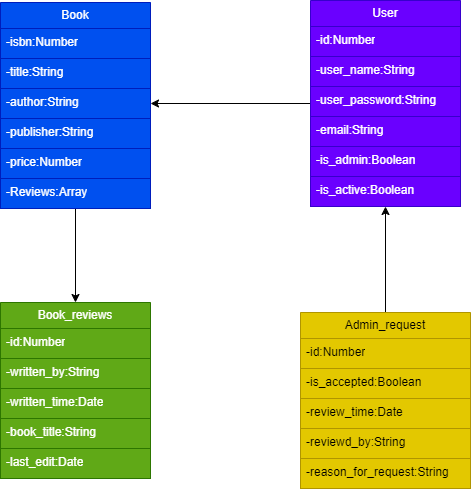
HussainALAradi5/books_builds_minds keeps this draw.io diagram as images/Books_Builds_Minds-UML_Diagram.drawio.png. Above is the earlier version. Source tidied: cells renumbered, new cells last; positions are measured from the earlier drawing's top-left corner, leaving out a move shared by most shapes.
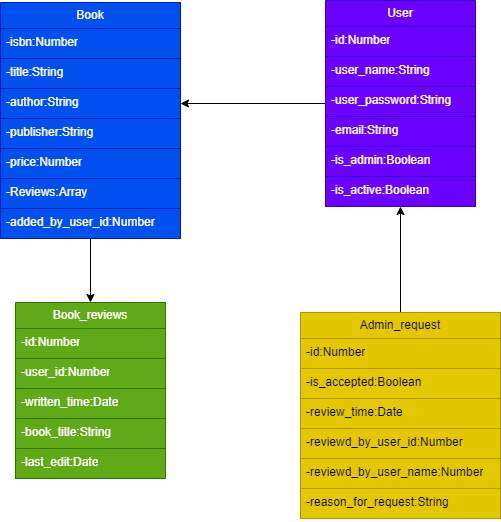
After the change.

Change to the diagram source:
```diff
@@ -30,33 +30,36 @@
       <mxGeometry relative="1" as="geometry" />
     </mxCell>
     <mxCell id="11" value="Book" style="swimlane;fontStyle=0;horizontal=1;startSize=26;fillColor=#0050ef;whiteSpace=wrap;html=1;fontColor=#ffffff;strokeColor=#001DBC;" parent="1" vertex="1">
-      <mxGeometry y="2" width="150" height="206" as="geometry" />
+      <mxGeometry x="-15" y="2" width="180" height="236" as="geometry" />
     </mxCell>
     <mxCell id="12" value="-isbn:Number" style="text;strokeColor=#001DBC;fillColor=#0050ef;align=left;verticalAlign=top;spacingLeft=4;spacingRight=4;overflow=hidden;whiteSpace=wrap;html=1;fontColor=#ffffff;" parent="11" vertex="1">
-      <mxGeometry y="26" width="150" height="30" as="geometry" />
+      <mxGeometry y="26" width="180" height="30" as="geometry" />
     </mxCell>
     <mxCell id="13" value="-title:String" style="text;strokeColor=#001DBC;fillColor=#0050ef;align=left;verticalAlign=top;spacingLeft=4;spacingRight=4;overflow=hidden;whiteSpace=wrap;html=1;fontColor=#ffffff;" parent="11" vertex="1">
-      <mxGeometry y="56" width="150" height="30" as="geometry" />
+      <mxGeometry y="56" width="180" height="30" as="geometry" />
     </mxCell>
     <mxCell id="14" value="-author:String" style="text;strokeColor=#001DBC;fillColor=#0050ef;align=left;verticalAlign=top;spacingLeft=4;spacingRight=4;overflow=hidden;points=[[0,0.5],[1,0.5]];portConstraint=eastwest;whiteSpace=wrap;html=1;fontColor=#ffffff;" parent="11" vertex="1">
-      <mxGeometry y="86" width="150" height="30" as="geometry" />
+      <mxGeometry y="86" width="180" height="30" as="geometry" />
     </mxCell>
     <mxCell id="15" value="-publisher:String" style="text;strokeColor=#001DBC;fillColor=#0050ef;align=left;verticalAlign=top;spacingLeft=4;spacingRight=4;overflow=hidden;whiteSpace=wrap;html=1;fontColor=#ffffff;" parent="11" vertex="1">
-      <mxGeometry y="116" width="150" height="30" as="geometry" />
+      <mxGeometry y="116" width="180" height="30" as="geometry" />
     </mxCell>
     <mxCell id="16" value="-price:Number" style="text;strokeColor=#001DBC;fillColor=#0050ef;align=left;verticalAlign=top;spacingLeft=4;spacingRight=4;overflow=hidden;whiteSpace=wrap;html=1;fontColor=#ffffff;" parent="11" vertex="1">
-      <mxGeometry y="146" width="150" height="30" as="geometry" />
+      <mxGeometry y="146" width="180" height="30" as="geometry" />
     </mxCell>
     <mxCell id="17" value="-Reviews:Array" style="text;strokeColor=#001DBC;fillColor=#0050ef;align=left;verticalAlign=top;spacingLeft=4;spacingRight=4;overflow=hidden;whiteSpace=wrap;html=1;fontColor=#ffffff;" parent="11" vertex="1">
-      <mxGeometry y="176" width="150" height="30" as="geometry" />
+      <mxGeometry y="176" width="180" height="30" as="geometry" />
     </mxCell>
+    <mxCell id="31" value="-added_by_user_id:Number" style="text;strokeColor=#001DBC;fillColor=#0050ef;align=left;verticalAlign=top;spacingLeft=4;spacingRight=4;overflow=hidden;whiteSpace=wrap;html=1;fontColor=#ffffff;" parent="11" vertex="1">
+      <mxGeometry y="206" width="180" height="30" as="geometry" />
+    </mxCell>
     <mxCell id="18" value="Book_reviews" style="swimlane;fontStyle=0;horizontal=1;startSize=26;fillColor=#60a917;whiteSpace=wrap;html=1;fontColor=#ffffff;strokeColor=#2D7600;" parent="1" vertex="1">
       <mxGeometry y="302" width="150" height="176" as="geometry" />
     </mxCell>
     <mxCell id="19" value="-id:Number" style="text;strokeColor=#2D7600;fillColor=#60a917;align=left;verticalAlign=top;spacingLeft=4;spacingRight=4;overflow=hidden;whiteSpace=wrap;html=1;fontColor=#ffffff;" parent="18" vertex="1">
       <mxGeometry y="26" width="150" height="30" as="geometry" />
     </mxCell>
-    <mxCell id="20" value="-written_by:String" style="text;strokeColor=#2D7600;fillColor=#60a917;align=left;verticalAlign=top;spacingLeft=4;spacingRight=4;overflow=hidden;whiteSpace=wrap;html=1;fontColor=#ffffff;" parent="18" vertex="1">
+    <mxCell id="20" value="-user_id:Number" style="text;strokeColor=#2D7600;fillColor=#60a917;align=left;verticalAlign=top;spacingLeft=4;spacingRight=4;overflow=hidden;whiteSpace=wrap;html=1;fontColor=#ffffff;" parent="18" vertex="1">
       <mxGeometry y="56" width="150" height="30" as="geometry" />
     </mxCell>
     <mxCell id="21" value="-written_time:Date" style="text;strokeColor=#2D7600;fillColor=#60a917;align=left;verticalAlign=top;spacingLeft=4;spacingRight=4;overflow=hidden;whiteSpace=wrap;html=1;fontColor=#ffffff;" parent="18" vertex="1">
@@ -72,22 +75,25 @@
       <mxGeometry relative="1" as="geometry" />
     </mxCell>
     <mxCell id="25" value="Admin_request" style="swimlane;fontStyle=0;horizontal=1;startSize=26;fillColor=#e3c800;whiteSpace=wrap;html=1;fontColor=#000000;strokeColor=#B09500;" parent="1" vertex="1">
-      <mxGeometry x="300" y="312" width="170" height="176" as="geometry" />
+      <mxGeometry x="285" y="312" width="200" height="206" as="geometry" />
     </mxCell>
     <mxCell id="26" value="-id:Number" style="text;strokeColor=#B09500;fillColor=#e3c800;align=left;verticalAlign=top;spacingLeft=4;spacingRight=4;overflow=hidden;whiteSpace=wrap;html=1;fontColor=#000000;" parent="25" vertex="1">
-      <mxGeometry y="26" width="170" height="30" as="geometry" />
+      <mxGeometry y="26" width="200" height="30" as="geometry" />
     </mxCell>
     <mxCell id="27" value="-is_accepted:Boolean" style="text;strokeColor=#B09500;fillColor=#e3c800;align=left;verticalAlign=top;spacingLeft=4;spacingRight=4;overflow=hidden;whiteSpace=wrap;html=1;fontColor=#000000;" parent="25" vertex="1">
-      <mxGeometry y="56" width="170" height="30" as="geometry" />
+      <mxGeometry y="56" width="200" height="30" as="geometry" />
     </mxCell>
     <mxCell id="28" value="-review_time:Date" style="text;strokeColor=#B09500;fillColor=#e3c800;align=left;verticalAlign=top;spacingLeft=4;spacingRight=4;overflow=hidden;whiteSpace=wrap;html=1;fontColor=#000000;" parent="25" vertex="1">
-      <mxGeometry y="86" width="170" height="30" as="geometry" />
+      <mxGeometry y="86" width="200" height="30" as="geometry" />
     </mxCell>
-    <mxCell id="29" value="-reviewd_by:String" style="text;strokeColor=#B09500;fillColor=#e3c800;align=left;verticalAlign=top;spacingLeft=4;spacingRight=4;overflow=hidden;whiteSpace=wrap;html=1;fontColor=#000000;" parent="25" vertex="1">
-      <mxGeometry y="116" width="170" height="30" as="geometry" />
+    <mxCell id="29" value="-reviewd_by_user_id:Number" style="text;strokeColor=#B09500;fillColor=#e3c800;align=left;verticalAlign=top;spacingLeft=4;spacingRight=4;overflow=hidden;whiteSpace=wrap;html=1;fontColor=#000000;" parent="25" vertex="1">
+      <mxGeometry y="116" width="200" height="30" as="geometry" />
     </mxCell>
+    <mxCell id="32" value="-reviewd_by_user_name:Number" style="text;strokeColor=#B09500;fillColor=#e3c800;align=left;verticalAlign=top;spacingLeft=4;spacingRight=4;overflow=hidden;whiteSpace=wrap;html=1;fontColor=#000000;" parent="25" vertex="1">
+      <mxGeometry y="146" width="200" height="30" as="geometry" />
+    </mxCell>
     <mxCell id="30" value="-reason_for_request:String" style="text;strokeColor=#B09500;fillColor=#e3c800;align=left;verticalAlign=top;spacingLeft=4;spacingRight=4;overflow=hidden;whiteSpace=wrap;html=1;fontColor=#000000;" parent="25" vertex="1">
-      <mxGeometry y="146" width="170" height="30" as="geometry" />
+      <mxGeometry y="176" width="200" height="30" as="geometry" />
     </mxCell>
   </root>
 </mxGraphModel>
```
